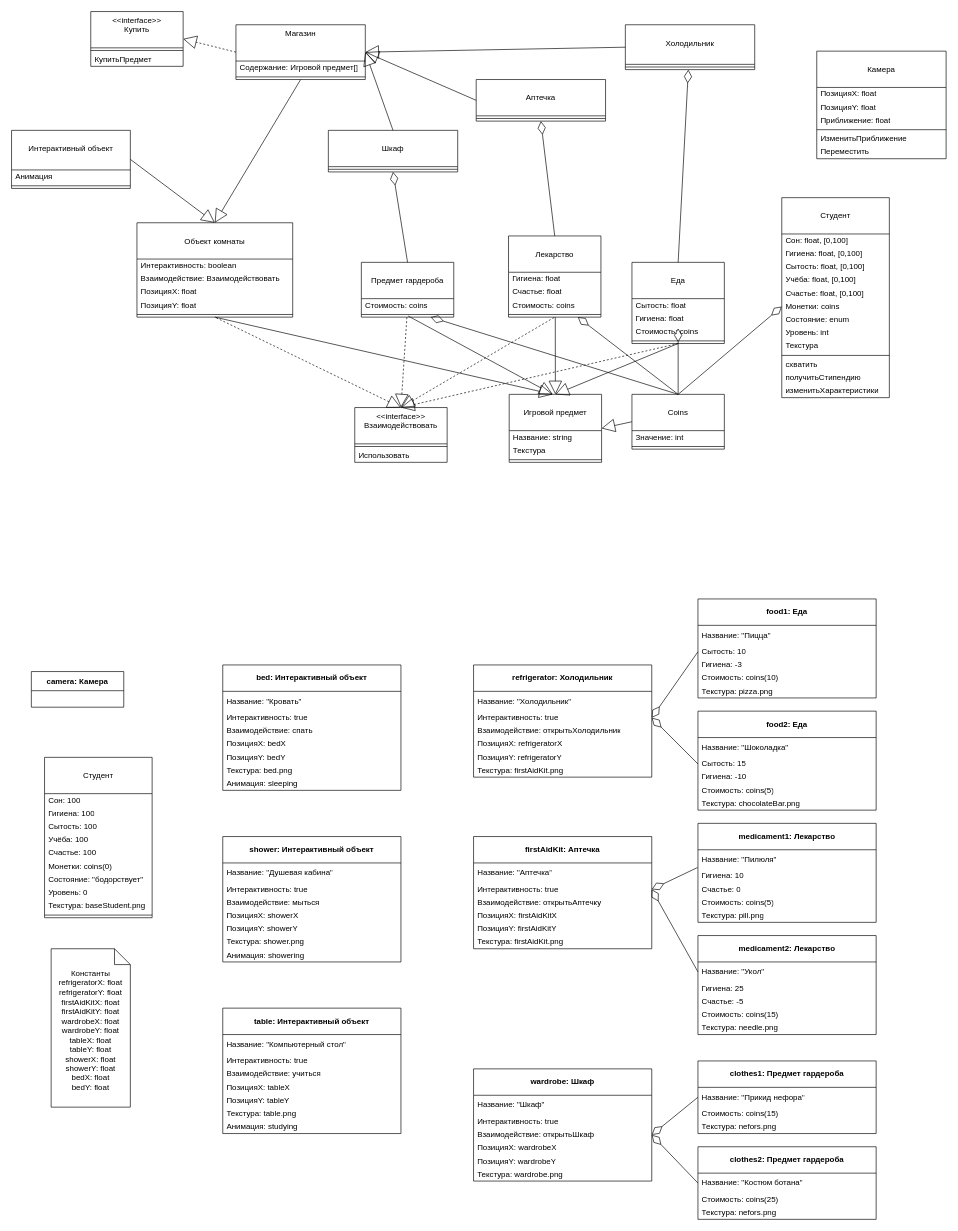
Andeco1/DrawIo keeps this draw.io diagram as files/ССМ Class Diagram.drawio. Above is the earlier version. Source tidied: cells renumbered, new cells numbered last; positions are measured from the earlier drawing's top-left corner, leaving out a move shared by most shapes. Both pictures are drawn from the tidied source at 66%, with x=0, y=0 at pixel (11, 11).
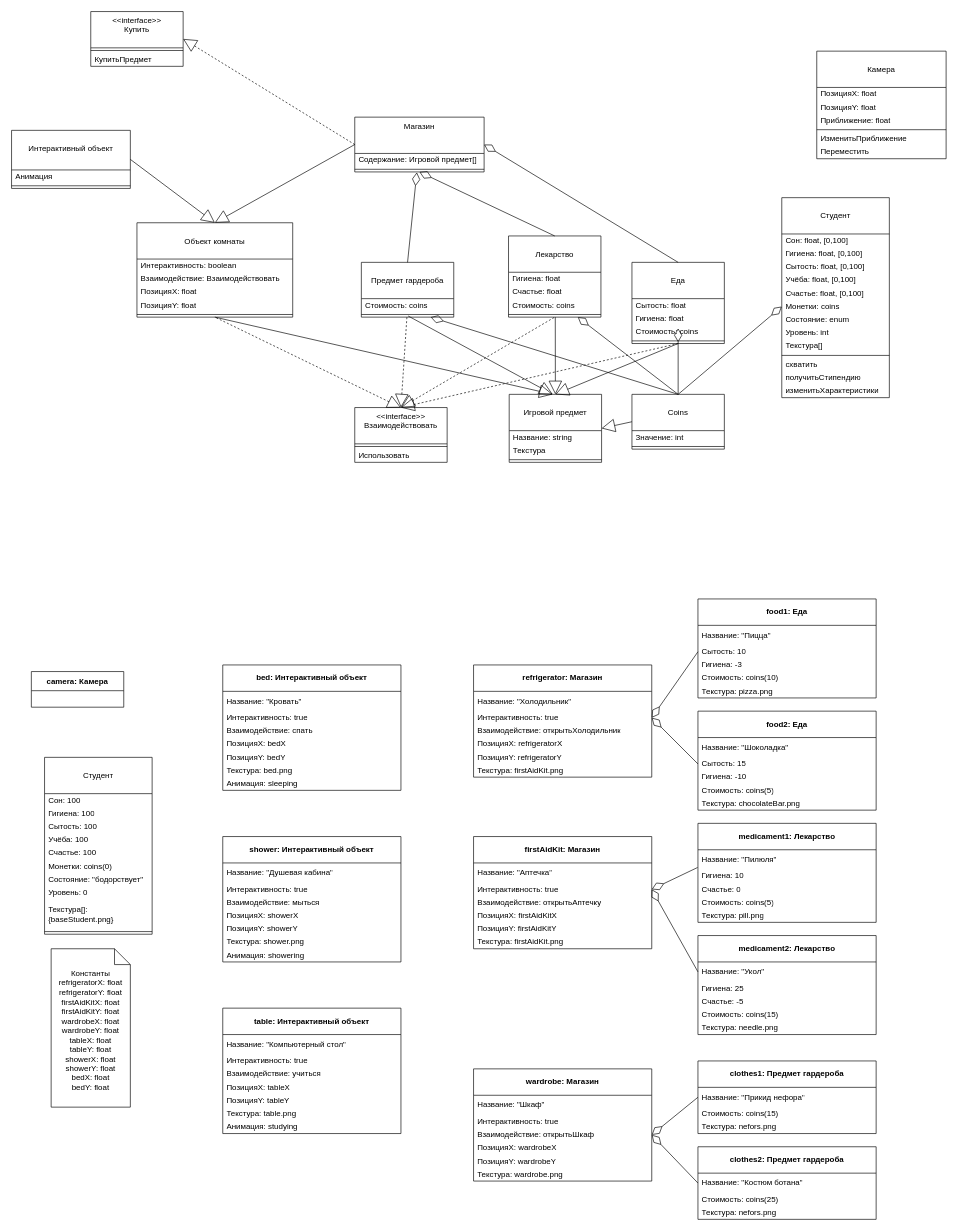
After the change.

Unchanged cells that the change refers to:
```xml
<mxCell id="2" value="&lt;br&gt;&lt;div&gt;Студент&lt;/div&gt;" style="swimlane;fontStyle=0;align=center;verticalAlign=top;horizontal=1;startSize=55;html=1;whiteSpace=wrap;" parent="1" vertex="1">
  <mxGeometry x="1167" y="282" width="163" height="303" as="geometry" />
</mxCell>
<mxCell id="16" value="&lt;br&gt;&lt;div&gt;Объект комнаты&lt;/div&gt;" style="swimlane;fontStyle=0;align=center;verticalAlign=top;horizontal=1;startSize=55;html=1;whiteSpace=wrap;" parent="1" vertex="1">
  <mxGeometry x="190" y="320" width="236" height="143" as="geometry" />
</mxCell>
<mxCell id="26" value="&lt;br&gt;&lt;div&gt;Лекарство&lt;/div&gt;" style="swimlane;fontStyle=0;align=center;verticalAlign=top;horizontal=1;startSize=55;html=1;whiteSpace=wrap;" parent="1" vertex="1">
  <mxGeometry x="753" y="340" width="140" height="123" as="geometry" />
</mxCell>
<mxCell id="31" value="&lt;br&gt;&lt;div&gt;Еда&lt;/div&gt;" style="swimlane;fontStyle=0;align=center;verticalAlign=top;horizontal=1;startSize=55;html=1;whiteSpace=wrap;" parent="1" vertex="1">
  <mxGeometry x="940" y="380" width="140" height="123" as="geometry" />
</mxCell>
<mxCell id="36" value="&lt;br&gt;&lt;div&gt;Предмет гардероба&lt;/div&gt;" style="swimlane;fontStyle=0;align=center;verticalAlign=top;horizontal=1;startSize=55;html=1;whiteSpace=wrap;" parent="1" vertex="1">
  <mxGeometry x="530" y="380" width="140" height="83" as="geometry" />
</mxCell>
<mxCell id="121" style="line;strokeWidth=1;fillColor=none;align=left;verticalAlign=middle;spacingTop=-1;spacingLeft=3;spacingRight=3;labelPosition=right;points=[];portConstraint=eastwest;" parent="119" vertex="1">
  <mxGeometry y="75" width="196" height="8" as="geometry" />
</mxCell>
```

What changed in the source:
```diff
@@
-    <mxCell id="11" value="Текстура" style="text;html=1;strokeColor=none;fillColor=none;align=left;verticalAlign=middle;spacingLeft=4;spacingRight=4;overflow=hidden;whiteSpace=wrap;" parent="2" vertex="1">
+    <mxCell id="11" value="Текстура[]" style="text;html=1;strokeColor=none;fillColor=none;align=left;verticalAlign=middle;spacingLeft=4;spacingRight=4;overflow=hidden;whiteSpace=wrap;" parent="2" vertex="1">
       <mxGeometry y="215" width="163" height="20" as="geometry" />
     </mxCell>
@@
-    <mxCell id="54" value="&lt;div&gt;&lt;br&gt;&lt;/div&gt;Аптечка" style="swimlane;fontStyle=0;align=center;verticalAlign=top;horizontal=1;startSize=55;html=1;whiteSpace=wrap;" parent="1" vertex="1">
-      <mxGeometry x="704" y="103" width="196" height="63" as="geometry" />
-    </mxCell>
-    <mxCell id="55" style="line;strokeWidth=1;fillColor=none;align=left;verticalAlign=middle;spacingTop=-1;spacingLeft=3;spacingRight=3;labelPosition=right;" parent="54" vertex="1">
-      <mxGeometry y="55" width="196" height="8" as="geometry" />
-    </mxCell>
@@
-    <mxCell id="60" value="&lt;br&gt;&lt;div&gt;Холодильник&lt;/div&gt;" style="swimlane;fontStyle=0;align=center;verticalAlign=top;horizontal=1;startSize=60;html=1;whiteSpace=wrap;" parent="1" vertex="1">
-      <mxGeometry x="930" y="20" width="196" height="68" as="geometry" />
-    </mxCell>
-    <mxCell id="61" style="line;strokeWidth=1;fillColor=none;align=left;verticalAlign=middle;spacingTop=-1;spacingLeft=3;spacingRight=3;labelPosition=right;points=[];portConstraint=eastwest;" parent="60" vertex="1">
-      <mxGeometry y="60" width="196" height="8" as="geometry" />
-    </mxCell>
@@
-    <mxCell id="74" value="refrigerator: Холодильник" style="swimlane;fontStyle=1;align=center;verticalAlign=middle;horizontal=1;startSize=40;html=1;whiteSpace=wrap;" parent="1" vertex="1">
+    <mxCell id="74" value="refrigerator: Магазин" style="swimlane;fontStyle=1;align=center;verticalAlign=middle;horizontal=1;startSize=40;html=1;whiteSpace=wrap;" parent="1" vertex="1">
       <mxGeometry x="700" y="990" width="270" height="170" as="geometry" />
     </mxCell>
@@
-    <mxCell id="108" value="firstAidKit: Аптечка" style="swimlane;fontStyle=1;align=center;verticalAlign=middle;horizontal=1;startSize=40;html=1;whiteSpace=wrap;" parent="1" vertex="1">
+    <mxCell id="108" value="firstAidKit: Магазин" style="swimlane;fontStyle=1;align=center;verticalAlign=middle;horizontal=1;startSize=40;html=1;whiteSpace=wrap;" parent="1" vertex="1">
       <mxGeometry x="700" y="1250" width="270" height="170" as="geometry" />
     </mxCell>
@@
-    <mxCell id="117" value="&lt;div&gt;&lt;br&gt;&lt;/div&gt;Шкаф" style="swimlane;fontStyle=0;align=center;verticalAlign=top;horizontal=1;startSize=55;html=1;whiteSpace=wrap;" parent="1" vertex="1">
-      <mxGeometry x="480" y="180" width="196" height="63" as="geometry" />
-    </mxCell>
-    <mxCell id="118" style="line;strokeWidth=1;fillColor=none;align=left;verticalAlign=middle;spacingTop=-1;spacingLeft=3;spacingRight=3;labelPosition=right;" parent="117" vertex="1">
-      <mxGeometry y="55" width="196" height="8" as="geometry" />
-    </mxCell>
     <mxCell id="119" value="&lt;div&gt;Магазин&lt;/div&gt;" style="swimlane;fontStyle=0;align=center;verticalAlign=top;horizontal=1;startSize=55;html=1;whiteSpace=wrap;" parent="1" vertex="1">
-      <mxGeometry x="340" y="20" width="196" height="83" as="geometry" />
+      <mxGeometry x="520" y="160" width="196" height="83" as="geometry" />
     </mxCell>
@@
-    <mxCell id="126" style="endArrow=none;html=1;rounded=0;exitX=1;exitY=0.5;exitDx=0;exitDy=0;endFill=0;endSize=18;entryX=0;entryY=0.5;entryDx=0;entryDy=0;fontStyle=1;startArrow=block;startFill=0;startSize=18;" parent="1" edge="1" source="119" target="60">
-      <mxGeometry relative="1" as="geometry" />
-    </mxCell>
-    <mxCell id="127" style="endArrow=none;html=1;rounded=0;exitX=1;exitY=0.5;exitDx=0;exitDy=0;endFill=0;endSize=18;entryX=0;entryY=0.5;entryDx=0;entryDy=0;startArrow=block;startFill=0;startSize=18;" parent="1" edge="1" source="119" target="54">
-      <mxGeometry relative="1" as="geometry" />
-    </mxCell>
-    <mxCell id="128" style="endArrow=none;html=1;rounded=0;exitX=1;exitY=0.5;exitDx=0;exitDy=0;endFill=0;endSize=18;entryX=0.5;entryY=0;entryDx=0;entryDy=0;startArrow=block;startFill=0;startSize=18;" parent="1" edge="1" source="119" target="117">
-      <mxGeometry relative="1" as="geometry" />
-    </mxCell>
-    <mxCell id="129" style="endArrow=none;startArrow=diamondThin;endFill=0;startFill=0;html=1;verticalAlign=bottom;labelBackgroundColor=none;strokeWidth=1;startSize=18;endSize=8;rounded=0;entryX=0.5;entryY=0;entryDx=0;entryDy=0;exitX=0.487;exitY=1.008;exitDx=0;exitDy=0;exitPerimeter=0;" parent="1" edge="1" source="61" target="31">
+    <mxCell id="129" style="endArrow=none;startArrow=diamondThin;endFill=0;startFill=0;html=1;verticalAlign=bottom;labelBackgroundColor=none;strokeWidth=1;startSize=18;endSize=8;rounded=0;entryX=0.5;entryY=0;entryDx=0;entryDy=0;exitX=1;exitY=0.5;exitDx=0;exitDy=0;" parent="1" edge="1" source="119" target="31">
       <mxGeometry relative="1" as="geometry" />
     </mxCell>
-    <mxCell id="130" style="endArrow=none;startArrow=diamondThin;endFill=0;startFill=0;html=1;verticalAlign=bottom;labelBackgroundColor=none;strokeWidth=1;startSize=18;endSize=8;rounded=0;entryX=0.5;entryY=0;entryDx=0;entryDy=0;exitX=0.5;exitY=1;exitDx=0;exitDy=0;" parent="1" edge="1" source="54" target="26">
+    <mxCell id="130" style="endArrow=none;startArrow=diamondThin;endFill=0;startFill=0;html=1;verticalAlign=bottom;labelBackgroundColor=none;strokeWidth=1;startSize=18;endSize=8;rounded=0;entryX=0.5;entryY=0;entryDx=0;entryDy=0;exitX=0.5;exitY=1;exitDx=0;exitDy=0;" parent="1" edge="1" source="119" target="26">
       <mxGeometry relative="1" as="geometry" />
     </mxCell>
-    <mxCell id="131" style="endArrow=none;startArrow=diamondThin;endFill=0;startFill=0;html=1;verticalAlign=bottom;labelBackgroundColor=none;strokeWidth=1;startSize=18;endSize=8;rounded=0;entryX=0.5;entryY=0;entryDx=0;entryDy=0;exitX=0.5;exitY=1;exitDx=0;exitDy=0;" parent="1" edge="1" source="117" target="36">
+    <mxCell id="131" style="endArrow=none;startArrow=diamondThin;endFill=0;startFill=0;html=1;verticalAlign=bottom;labelBackgroundColor=none;strokeWidth=1;startSize=18;endSize=8;rounded=0;entryX=0.5;entryY=0;entryDx=0;entryDy=0;exitX=0.48;exitY=1.085;exitDx=0;exitDy=0;exitPerimeter=0;" parent="1" edge="1" source="121" target="36">
       <mxGeometry relative="1" as="geometry" />
     </mxCell>
-    <mxCell id="132" style="endArrow=block;html=1;rounded=0;exitX=0.5;exitY=1;exitDx=0;exitDy=0;endFill=0;endSize=18;entryX=0.5;entryY=0;entryDx=0;entryDy=0;" parent="1" edge="1" source="119" target="16">
+    <mxCell id="132" style="endArrow=block;html=1;rounded=0;exitX=0;exitY=0.5;exitDx=0;exitDy=0;endFill=0;endSize=18;entryX=0.5;entryY=0;entryDx=0;entryDy=0;" parent="1" edge="1" source="119" target="16">
       <mxGeometry relative="1" as="geometry" />
     </mxCell>
-    <mxCell id="133" value="wardrobe: Шкаф" style="swimlane;fontStyle=1;align=center;verticalAlign=middle;horizontal=1;startSize=40;html=1;whiteSpace=wrap;" parent="1" vertex="1">
+    <mxCell id="133" value="wardrobe: Магазин" style="swimlane;fontStyle=1;align=center;verticalAlign=middle;horizontal=1;startSize=40;html=1;whiteSpace=wrap;" parent="1" vertex="1">
       <mxGeometry x="700" y="1602" width="270" height="170" as="geometry" />
     </mxCell>
@@
     <mxCell id="174" value="&lt;br&gt;&lt;div&gt;Студент&lt;/div&gt;" style="swimlane;fontStyle=0;align=center;verticalAlign=top;horizontal=1;startSize=55;html=1;whiteSpace=wrap;" parent="1" vertex="1">
-      <mxGeometry x="50" y="1130" width="163" height="243" as="geometry" />
+      <mxGeometry x="50" y="1130" width="163" height="268" as="geometry" />
     </mxCell>
@@
-    <mxCell id="183" value="Текстура: baseStudent.png" style="text;html=1;strokeColor=none;fillColor=none;align=left;verticalAlign=middle;spacingLeft=4;spacingRight=4;overflow=hidden;whiteSpace=wrap;" parent="174" vertex="1">
-      <mxGeometry y="215" width="163" height="20" as="geometry" />
+    <mxCell id="183" value="Текстура[]: {baseStudent.png}" style="text;html=1;strokeColor=none;fillColor=none;align=left;verticalAlign=middle;spacingLeft=4;spacingRight=4;overflow=hidden;whiteSpace=wrap;" parent="174" vertex="1">
+      <mxGeometry y="215" width="163" height="45" as="geometry" />
     </mxCell>
     <mxCell id="184" style="line;strokeWidth=1;fillColor=none;align=left;verticalAlign=middle;spacingTop=-1;spacingLeft=3;spacingRight=3;labelPosition=right;" parent="174" vertex="1">
-      <mxGeometry y="235" width="163" height="8" as="geometry" />
+      <mxGeometry y="260" width="163" height="8" as="geometry" />
     </mxCell>
```
